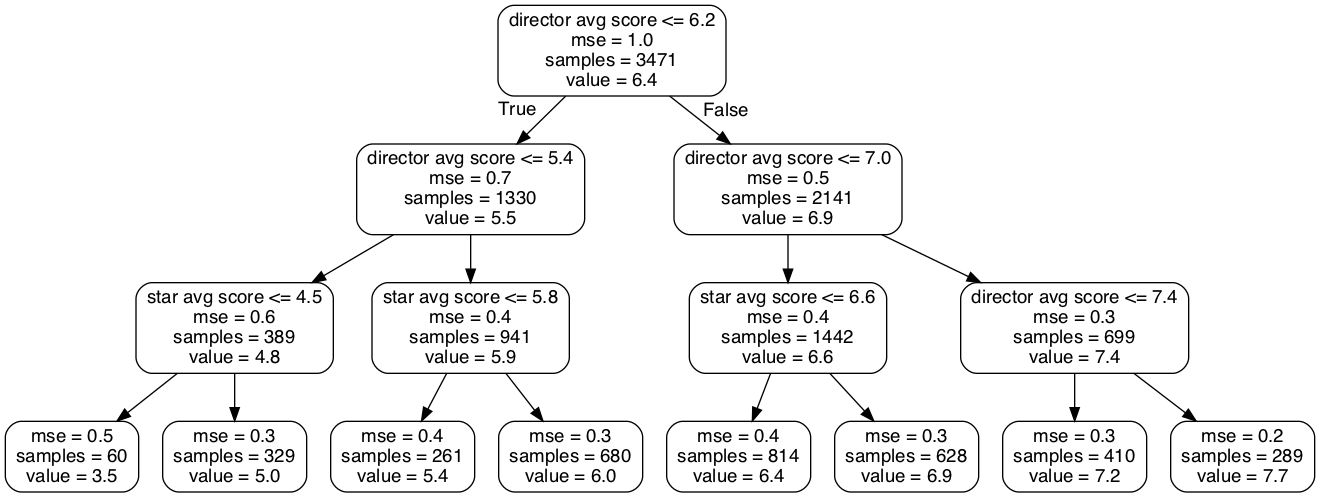
The Graphviz diagram small_tree.png in nancymathur/Project-3, before a commit. Its source is kept beside it as small_tree.dot.
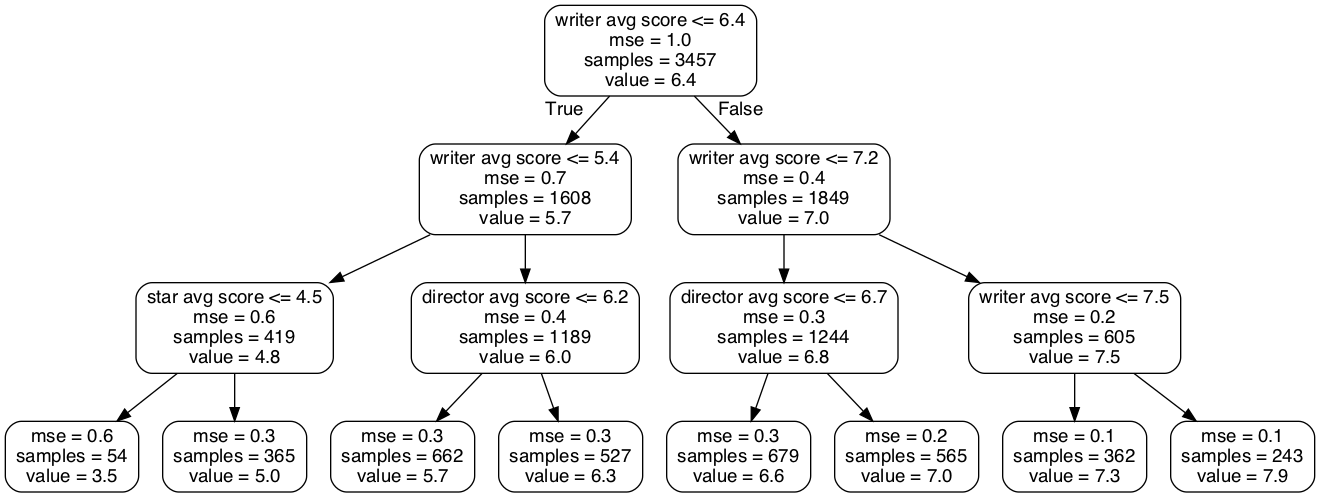
Above is the later version.

Change to the diagram source:
```diff
@@ -1,33 +1,33 @@
 digraph Tree {
 node [shape=box, style="rounded", color="black", fontname=helvetica] ;
 edge [fontname=helvetica] ;
-0 [label="director avg score <= 6.2\nmse = 1.0\nsamples = 3471\nvalue = 6.4"] ;
-1 [label="director avg score <= 5.4\nmse = 0.7\nsamples = 1330\nvalue = 5.5"] ;
+0 [label="writer avg score <= 6.4\nmse = 1.0\nsamples = 3457\nvalue = 6.4"] ;
+1 [label="writer avg score <= 5.4\nmse = 0.7\nsamples = 1608\nvalue = 5.7"] ;
 0 -> 1 [labeldistance=2.5, labelangle=45, headlabel="True"] ;
-2 [label="star avg score <= 4.5\nmse = 0.6\nsamples = 389\nvalue = 4.8"] ;
+2 [label="star avg score <= 4.5\nmse = 0.6\nsamples = 419\nvalue = 4.8"] ;
 1 -> 2 ;
-3 [label="mse = 0.5\nsamples = 60\nvalue = 3.5"] ;
+3 [label="mse = 0.6\nsamples = 54\nvalue = 3.5"] ;
 2 -> 3 ;
-4 [label="mse = 0.3\nsamples = 329\nvalue = 5.0"] ;
+4 [label="mse = 0.3\nsamples = 365\nvalue = 5.0"] ;
 2 -> 4 ;
-5 [label="star avg score <= 5.8\nmse = 0.4\nsamples = 941\nvalue = 5.9"] ;
+5 [label="director avg score <= 6.2\nmse = 0.4\nsamples = 1189\nvalue = 6.0"] ;
 1 -> 5 ;
-6 [label="mse = 0.4\nsamples = 261\nvalue = 5.4"] ;
+6 [label="mse = 0.3\nsamples = 662\nvalue = 5.7"] ;
 5 -> 6 ;
-7 [label="mse = 0.3\nsamples = 680\nvalue = 6.0"] ;
+7 [label="mse = 0.3\nsamples = 527\nvalue = 6.3"] ;
 5 -> 7 ;
-8 [label="director avg score <= 7.0\nmse = 0.5\nsamples = 2141\nvalue = 6.9"] ;
+8 [label="writer avg score <= 7.2\nmse = 0.4\nsamples = 1849\nvalue = 7.0"] ;
 0 -> 8 [labeldistance=2.5, labelangle=-45, headlabel="False"] ;
-9 [label="star avg score <= 6.6\nmse = 0.4\nsamples = 1442\nvalue = 6.6"] ;
+9 [label="director avg score <= 6.7\nmse = 0.3\nsamples = 1244\nvalue = 6.8"] ;
 8 -> 9 ;
-10 [label="mse = 0.4\nsamples = 814\nvalue = 6.4"] ;
+10 [label="mse = 0.3\nsamples = 679\nvalue = 6.6"] ;
 9 -> 10 ;
-11 [label="mse = 0.3\nsamples = 628\nvalue = 6.9"] ;
+11 [label="mse = 0.2\nsamples = 565\nvalue = 7.0"] ;
 9 -> 11 ;
-12 [label="director avg score <= 7.4\nmse = 0.3\nsamples = 699\nvalue = 7.4"] ;
+12 [label="writer avg score <= 7.5\nmse = 0.2\nsamples = 605\nvalue = 7.5"] ;
 8 -> 12 ;
-13 [label="mse = 0.3\nsamples = 410\nvalue = 7.2"] ;
+13 [label="mse = 0.1\nsamples = 362\nvalue = 7.3"] ;
 12 -> 13 ;
-14 [label="mse = 0.2\nsamples = 289\nvalue = 7.7"] ;
+14 [label="mse = 0.1\nsamples = 243\nvalue = 7.9"] ;
 12 -> 14 ;
 }
```
